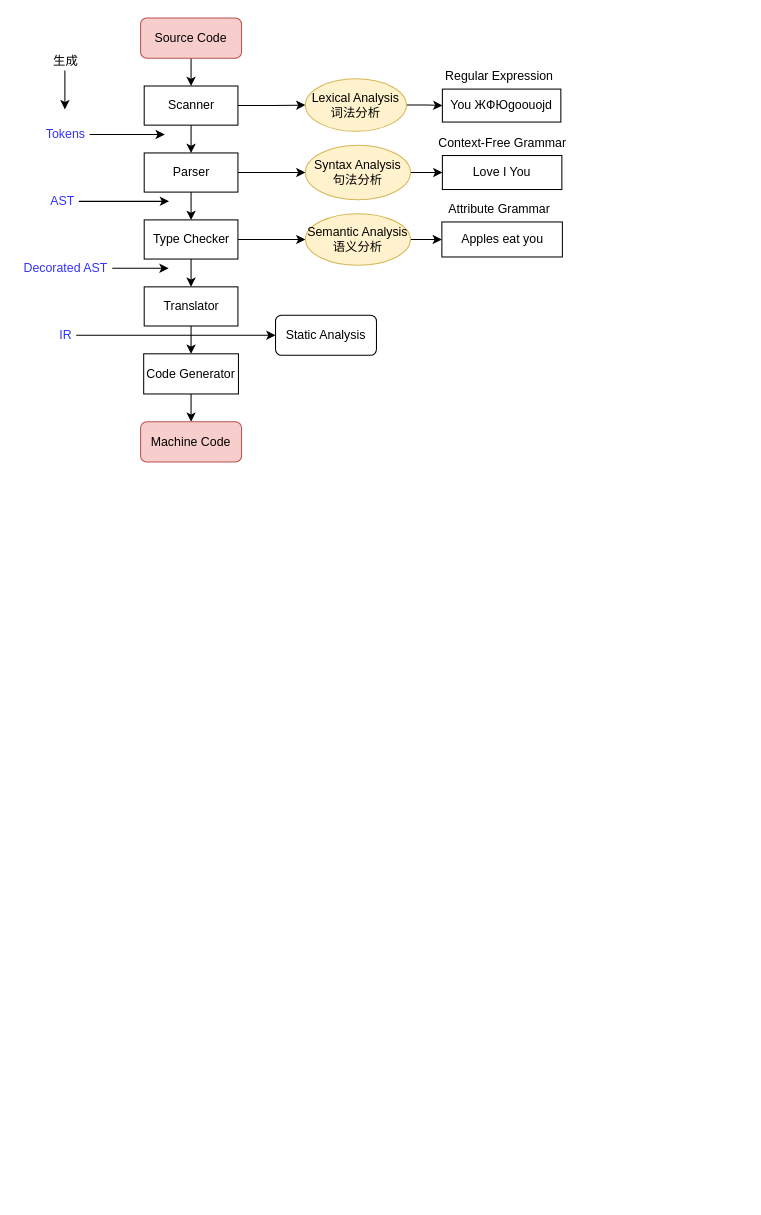
Before: course/static-program-analysis/static-program-analysis-02-intermediate-representation/未命名绘图.drawio in K1ose/K1ose.github.io, a draw.io diagram. Source tidied: cells renumbered, new cells numbered last; positions are measured from the earlier drawing's top-left corner, leaving out a move shared by most shapes. Both pictures are drawn from the tidied source at 103%, with x=0, y=0 at pixel (16, 18).
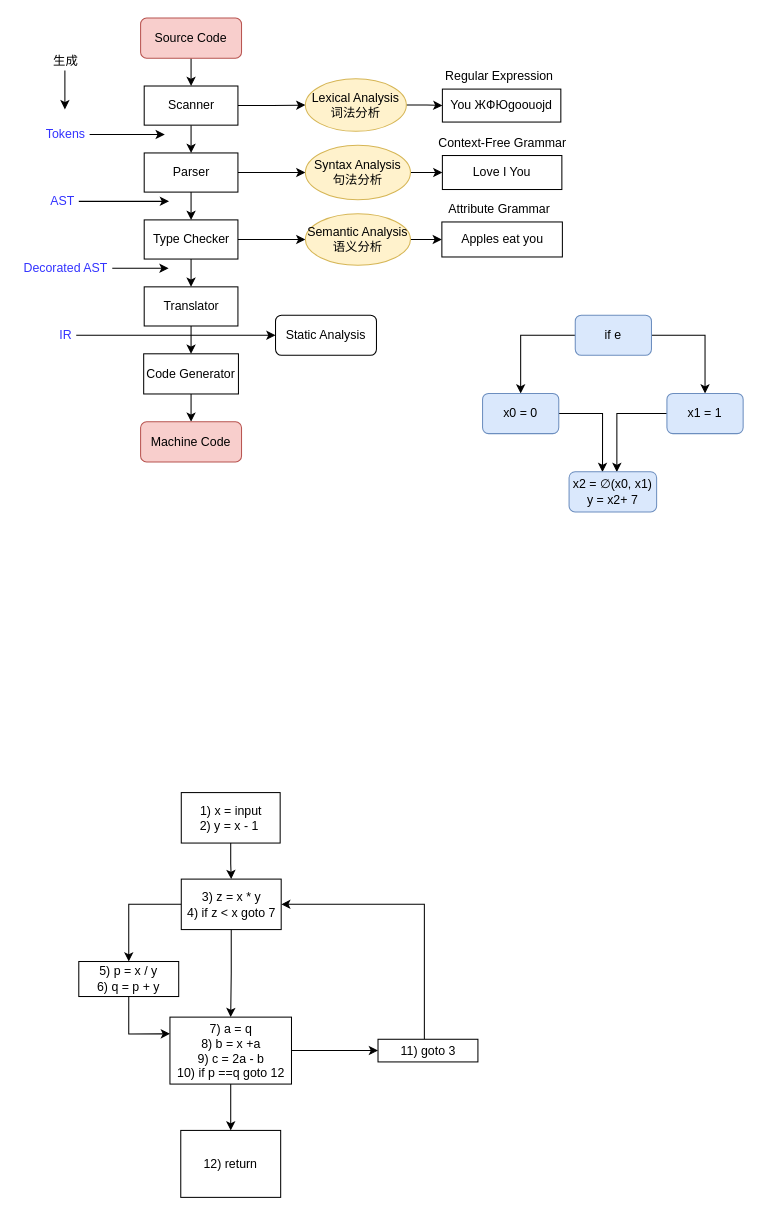
The same page after the edit.

What changed in the source:
```diff
@@
+    <mxCell id="41" style="edgeStyle=orthogonalEdgeStyle;rounded=0;jettySize=auto;html=1;entryX=0.5;entryY=0;entryDx=0;entryDy=0;" parent="1" edge="1" source="43" target="45">
+      <mxGeometry relative="1" as="geometry" />
+    </mxCell>
+    <mxCell id="42" style="edgeStyle=orthogonalEdgeStyle;rounded=0;jettySize=auto;html=1;entryX=0.5;entryY=0;entryDx=0;entryDy=0;" parent="1" edge="1" source="43" target="47">
+      <mxGeometry relative="1" as="geometry" />
+    </mxCell>
+    <mxCell id="43" value="if e" style="rounded=1;whiteSpace=wrap;html=1;fillColor=#dae8fc;strokeColor=#6c8ebf;" parent="1" vertex="1">
+      <mxGeometry x="542" y="288.5" width="74" height="39" as="geometry" />
+    </mxCell>
+    <mxCell id="44" style="edgeStyle=orthogonalEdgeStyle;rounded=0;jettySize=auto;html=1;entryX=0.382;entryY=0.009;entryDx=0;entryDy=0;entryPerimeter=0;" parent="1" edge="1" source="45" target="48">
+      <mxGeometry relative="1" as="geometry" />
+    </mxCell>
+    <mxCell id="45" value="x0 = 0" style="rounded=1;whiteSpace=wrap;html=1;fillColor=#dae8fc;strokeColor=#6c8ebf;" parent="1" vertex="1">
+      <mxGeometry x="452" y="364.5" width="74" height="39" as="geometry" />
+    </mxCell>
+    <mxCell id="46" style="edgeStyle=orthogonalEdgeStyle;rounded=0;jettySize=auto;html=1;entryX=0.546;entryY=0.009;entryDx=0;entryDy=0;entryPerimeter=0;" parent="1" edge="1" source="47" target="48">
+      <mxGeometry relative="1" as="geometry" />
+    </mxCell>
+    <mxCell id="47" value="x1 = 1" style="rounded=1;whiteSpace=wrap;html=1;fillColor=#dae8fc;strokeColor=#6c8ebf;" parent="1" vertex="1">
+      <mxGeometry x="631" y="364.5" width="74" height="39" as="geometry" />
+    </mxCell>
+    <mxCell id="48" value="x2 = ∅(x0, x1)&lt;br&gt;y = x2+ 7" style="rounded=1;whiteSpace=wrap;html=1;fillColor=#dae8fc;strokeColor=#6c8ebf;" parent="1" vertex="1">
+      <mxGeometry x="536" y="440.5" width="85" height="39" as="geometry" />
+    </mxCell>
+    <mxCell id="49" style="edgeStyle=orthogonalEdgeStyle;rounded=0;jettySize=auto;html=1;entryX=0.5;entryY=0;entryDx=0;entryDy=0;" parent="1" edge="1" source="50" target="53">
+      <mxGeometry relative="1" as="geometry" />
+    </mxCell>
+    <mxCell id="50" value="1) x = input&lt;br&gt;2) y = x - 1&amp;nbsp;" style="whiteSpace=wrap;html=1;" parent="1" vertex="1">
+      <mxGeometry x="159.5" y="752" width="96" height="49" as="geometry" />
+    </mxCell>
+    <mxCell id="51" style="edgeStyle=orthogonalEdgeStyle;rounded=0;jettySize=auto;html=1;entryX=0.5;entryY=0;entryDx=0;entryDy=0;" parent="1" edge="1" source="53" target="61">
+      <mxGeometry relative="1" as="geometry" />
+    </mxCell>
+    <mxCell id="52" style="edgeStyle=orthogonalEdgeStyle;rounded=0;jettySize=auto;html=1;entryX=0.5;entryY=0;entryDx=0;entryDy=0;" parent="1" edge="1" source="53" target="56">
+      <mxGeometry relative="1" as="geometry" />
+    </mxCell>
+    <mxCell id="53" value="3) z = x * y&lt;br&gt;4) if z &amp;lt; x goto 7" style="whiteSpace=wrap;html=1;" parent="1" vertex="1">
+      <mxGeometry x="159.5" y="836" width="97" height="49" as="geometry" />
+    </mxCell>
+    <mxCell id="54" style="edgeStyle=orthogonalEdgeStyle;rounded=0;jettySize=auto;html=1;entryX=0.5;entryY=0;entryDx=0;entryDy=0;" parent="1" edge="1" source="56" target="57">
+      <mxGeometry relative="1" as="geometry" />
+    </mxCell>
+    <mxCell id="55" style="edgeStyle=orthogonalEdgeStyle;rounded=0;jettySize=auto;html=1;entryX=0;entryY=0.5;entryDx=0;entryDy=0;" parent="1" edge="1" source="56" target="59">
+      <mxGeometry relative="1" as="geometry" />
+    </mxCell>
+    <mxCell id="56" value="7) a = q&lt;br&gt;8) b = x +a&lt;br&gt;9) c = 2a - b&lt;br&gt;10) if p ==q goto 12" style="whiteSpace=wrap;html=1;" parent="1" vertex="1">
+      <mxGeometry x="148.5" y="970" width="118" height="65" as="geometry" />
+    </mxCell>
+    <mxCell id="57" value="12) return" style="whiteSpace=wrap;html=1;" parent="1" vertex="1">
+      <mxGeometry x="159" y="1080" width="97" height="65" as="geometry" />
+    </mxCell>
+    <mxCell id="58" style="edgeStyle=orthogonalEdgeStyle;rounded=0;jettySize=auto;html=1;entryX=1;entryY=0.5;entryDx=0;entryDy=0;" parent="1" edge="1" source="59" target="53">
+      <mxGeometry relative="1" as="geometry">
+        <Array as="points">
+          <mxPoint x="395.5" y="860" />
+        </Array>
+      </mxGeometry>
+    </mxCell>
+    <mxCell id="59" value="11) goto 3" style="whiteSpace=wrap;html=1;" parent="1" vertex="1">
+      <mxGeometry x="350.5" y="991.5" width="97" height="22" as="geometry" />
+    </mxCell>
+    <mxCell id="60" style="edgeStyle=orthogonalEdgeStyle;rounded=0;jettySize=auto;html=1;entryX=0;entryY=0.25;entryDx=0;entryDy=0;" parent="1" edge="1" source="61" target="56">
+      <mxGeometry relative="1" as="geometry" />
+    </mxCell>
+    <mxCell id="61" value="5) p = x / y&lt;br&gt;6) q = p + y" style="whiteSpace=wrap;html=1;" parent="1" vertex="1">
+      <mxGeometry x="60" y="916" width="97" height="34" as="geometry" />
+    </mxCell>
```
